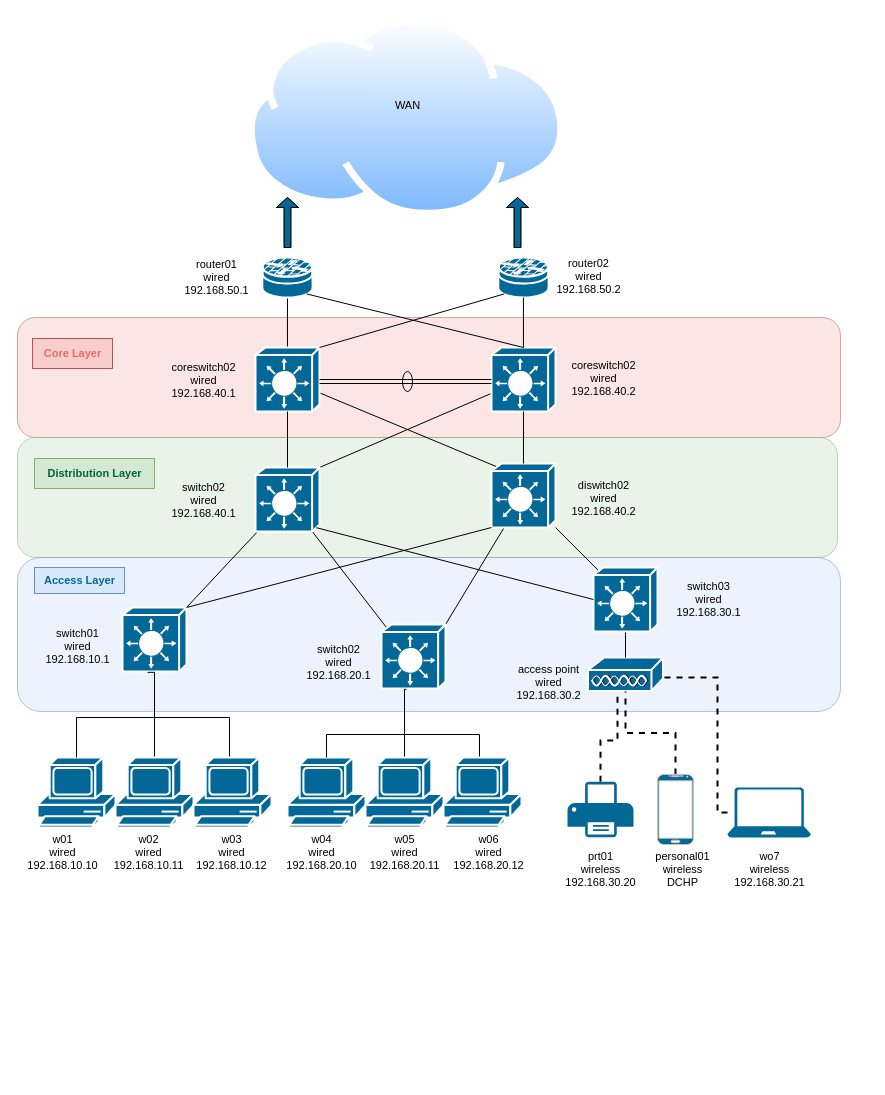
Earlier version of the draw.io diagram page "Tier3" (2 of 2) of SuperNetwork.drawio (Reaimua/Network-Architecture-Project). Source tidied: cells renumbered, new cells numbered last; positions are measured from the earlier drawing's top-left corner, leaving out a move shared by most shapes. Both pictures are drawn from the tidied source at 100%, with x=0, y=0 at pixel (17, 17).
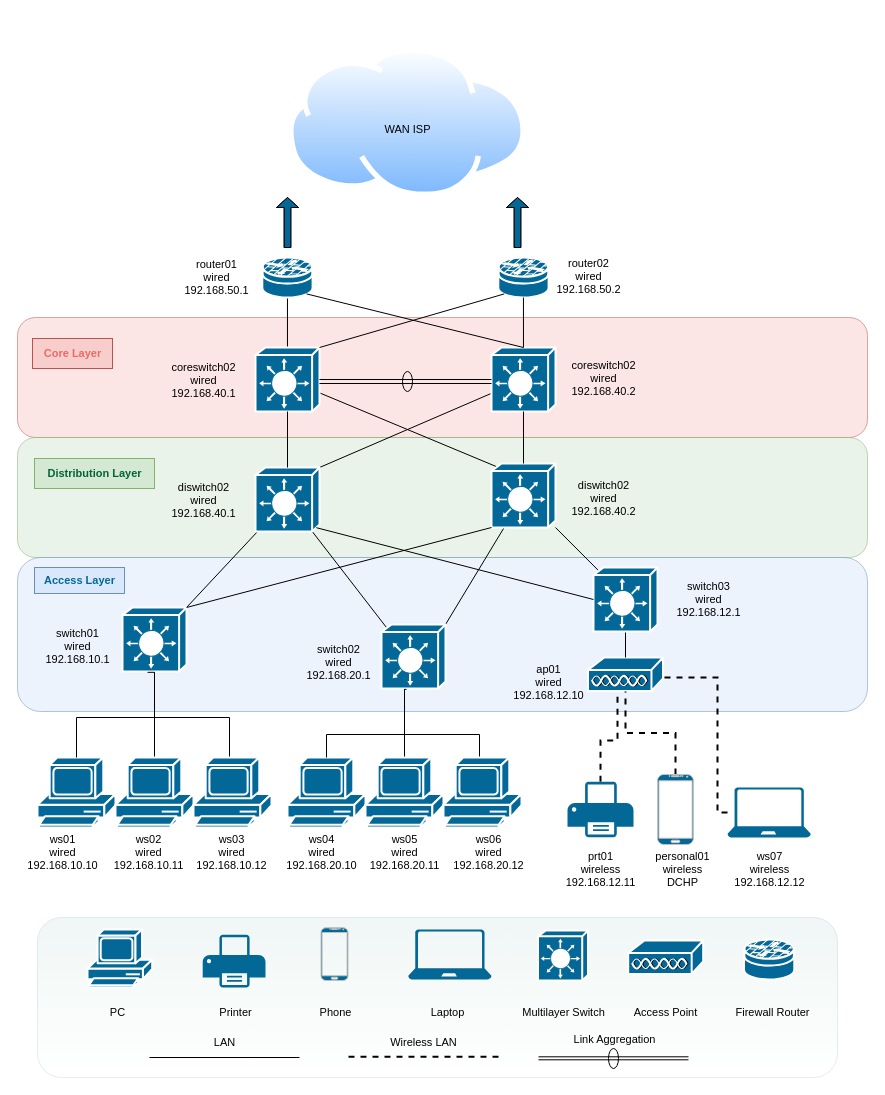
The same diagram, later.

What changed in the source:
```diff
@@
+    <mxCell id="79" style="rounded=1;whiteSpace=wrap;html=1;fontFamily=Helvetica;fontSize=11;glass=0;opacity=10;fillColor=default;strokeColor=#23445d;gradientColor=#67AB9F;gradientDirection=north;" parent="1" vertex="1">
+      <mxGeometry x="20" y="900" width="800" height="160" as="geometry" />
+    </mxCell>
     <mxCell id="2" style="rounded=1;whiteSpace=wrap;html=1;fontFamily=Helvetica;fontSize=11;fillColor=#f8cecc;strokeColor=#b85450;opacity=50;" parent="1" vertex="1">
-      <mxGeometry y="300" width="823" height="120" as="geometry" />
+      <mxGeometry y="300" width="850" height="120" as="geometry" />
     </mxCell>
     <mxCell id="3" style="rounded=1;whiteSpace=wrap;html=1;fontFamily=Helvetica;fontSize=11;fillColor=#d5e8d4;strokeColor=#82b366;opacity=50;" parent="1" vertex="1">
-      <mxGeometry y="420" width="820" height="120" as="geometry" />
+      <mxGeometry y="420" width="850" height="120" as="geometry" />
     </mxCell>
     <mxCell id="4" style="rounded=1;whiteSpace=wrap;html=1;fontFamily=Helvetica;fontSize=11;fillColor=#dae8fc;strokeColor=#6c8ebf;opacity=50;" parent="1" vertex="1">
-      <mxGeometry y="540" width="823" height="154" as="geometry" />
+      <mxGeometry y="540" width="850" height="154" as="geometry" />
     </mxCell>
     <mxCell id="5" style="image;perimeter=ellipsePerimeter;html=1;align=center;shadow=0;dashed=0;spacingTop=3;image=img/lib/active_directory/internet_cloud.svg;" parent="1" vertex="1">
-      <mxGeometry x="230.3" width="317.5" height="200" as="geometry" />
+      <mxGeometry x="270.9" y="30" width="238.1" height="150" as="geometry" />
     </mxCell>
@@
-    <mxCell id="41" value="switch03&lt;br&gt;wired&lt;br&gt;192.168.30.1" style="text;html=1;align=center;verticalAlign=middle;strokeColor=none;fillColor=none;fontSize=11;fontFamily=Helvetica;fontColor=default;" parent="1" vertex="1">
+    <mxCell id="41" value="switch03&lt;br&gt;wired&lt;br&gt;192.168.12.1" style="text;html=1;align=center;verticalAlign=middle;strokeColor=none;fillColor=none;fontSize=11;fontFamily=Helvetica;fontColor=default;" parent="1" vertex="1">
       <mxGeometry x="645.5" y="557" width="90" height="50" as="geometry" />
     </mxCell>
-    <mxCell id="42" value="w01&lt;br&gt;wired&lt;br&gt;192.168.10.10" style="text;html=1;align=center;verticalAlign=middle;strokeColor=none;fillColor=none;fontSize=11;fontFamily=Helvetica;fontColor=default;" parent="1" vertex="1">
+    <mxCell id="42" value="ws01&lt;br&gt;wired&lt;br&gt;192.168.10.10" style="text;html=1;align=center;verticalAlign=middle;strokeColor=none;fillColor=none;fontSize=11;fontFamily=Helvetica;fontColor=default;" parent="1" vertex="1">
       <mxGeometry y="810" width="90" height="50" as="geometry" />
     </mxCell>
-    <mxCell id="43" value="w02&lt;br&gt;wired&lt;br&gt;192.168.10.11" style="text;html=1;align=center;verticalAlign=middle;strokeColor=none;fillColor=none;fontSize=11;fontFamily=Helvetica;fontColor=default;" parent="1" vertex="1">
+    <mxCell id="43" value="ws02&lt;br&gt;wired&lt;br&gt;192.168.10.11" style="text;html=1;align=center;verticalAlign=middle;strokeColor=none;fillColor=none;fontSize=11;fontFamily=Helvetica;fontColor=default;" parent="1" vertex="1">
       <mxGeometry x="86" y="810" width="90" height="50" as="geometry" />
     </mxCell>
-    <mxCell id="44" value="w03&lt;br&gt;wired&lt;br&gt;192.168.10.12" style="text;html=1;align=center;verticalAlign=middle;strokeColor=none;fillColor=none;fontSize=11;fontFamily=Helvetica;fontColor=default;" parent="1" vertex="1">
+    <mxCell id="44" value="ws03&lt;br&gt;wired&lt;br&gt;192.168.10.12" style="text;html=1;align=center;verticalAlign=middle;strokeColor=none;fillColor=none;fontSize=11;fontFamily=Helvetica;fontColor=default;" parent="1" vertex="1">
       <mxGeometry x="169" y="810" width="90" height="50" as="geometry" />
     </mxCell>
-    <mxCell id="45" value="w04&lt;br&gt;wired&lt;br&gt;192.168.20.10" style="text;html=1;align=center;verticalAlign=middle;strokeColor=none;fillColor=none;fontSize=11;fontFamily=Helvetica;fontColor=default;" parent="1" vertex="1">
+    <mxCell id="45" value="ws04&lt;br&gt;wired&lt;br&gt;192.168.20.10" style="text;html=1;align=center;verticalAlign=middle;strokeColor=none;fillColor=none;fontSize=11;fontFamily=Helvetica;fontColor=default;" parent="1" vertex="1">
       <mxGeometry x="259" y="810" width="90" height="50" as="geometry" />
     </mxCell>
-    <mxCell id="46" value="w05&lt;br&gt;wired&lt;br&gt;192.168.20.11" style="text;html=1;align=center;verticalAlign=middle;strokeColor=none;fillColor=none;fontSize=11;fontFamily=Helvetica;fontColor=default;" parent="1" vertex="1">
+    <mxCell id="46" value="ws05&lt;br&gt;wired&lt;br&gt;192.168.20.11" style="text;html=1;align=center;verticalAlign=middle;strokeColor=none;fillColor=none;fontSize=11;fontFamily=Helvetica;fontColor=default;" parent="1" vertex="1">
       <mxGeometry x="342" y="810" width="90" height="50" as="geometry" />
     </mxCell>
-    <mxCell id="47" value="w06&lt;br&gt;wired&lt;br&gt;192.168.20.12" style="text;html=1;align=center;verticalAlign=middle;strokeColor=none;fillColor=none;fontSize=11;fontFamily=Helvetica;fontColor=default;" parent="1" vertex="1">
+    <mxCell id="47" value="ws06&lt;br&gt;wired&lt;br&gt;192.168.20.12" style="text;html=1;align=center;verticalAlign=middle;strokeColor=none;fillColor=none;fontSize=11;fontFamily=Helvetica;fontColor=default;" parent="1" vertex="1">
       <mxGeometry x="426" y="810" width="90" height="50" as="geometry" />
     </mxCell>
-    <mxCell id="48" value="access point&lt;br&gt;wired&lt;br&gt;192.168.30.2" style="text;html=1;align=center;verticalAlign=middle;strokeColor=none;fillColor=none;fontSize=11;fontFamily=Helvetica;fontColor=default;" parent="1" vertex="1">
+    <mxCell id="48" value="ap01&lt;br&gt;wired&lt;br&gt;192.168.12.10" style="text;html=1;align=center;verticalAlign=middle;strokeColor=none;fillColor=none;fontSize=11;fontFamily=Helvetica;fontColor=default;" parent="1" vertex="1">
       <mxGeometry x="486" y="640" width="90" height="50" as="geometry" />
     </mxCell>
-    <mxCell id="49" value="prt01&lt;br&gt;wireless&lt;br&gt;192.168.30.20" style="text;html=1;align=center;verticalAlign=middle;strokeColor=none;fillColor=none;fontSize=11;fontFamily=Helvetica;fontColor=default;" parent="1" vertex="1">
+    <mxCell id="49" value="prt01&lt;br&gt;wireless&lt;br&gt;192.168.12.11" style="text;html=1;align=center;verticalAlign=middle;strokeColor=none;fillColor=none;fontSize=11;fontFamily=Helvetica;fontColor=default;" parent="1" vertex="1">
       <mxGeometry x="538" y="827" width="90" height="50" as="geometry" />
     </mxCell>
-    <mxCell id="50" value="wo7&lt;br&gt;wireless&lt;br&gt;192.168.30.21" style="text;html=1;align=center;verticalAlign=middle;strokeColor=none;fillColor=none;fontSize=11;fontFamily=Helvetica;fontColor=default;" parent="1" vertex="1">
+    <mxCell id="50" value="ws07&lt;br&gt;wireless&lt;br&gt;192.168.12.12" style="text;html=1;align=center;verticalAlign=middle;strokeColor=none;fillColor=none;fontSize=11;fontFamily=Helvetica;fontColor=default;" parent="1" vertex="1">
       <mxGeometry x="706.7" y="827" width="90" height="50" as="geometry" />
     </mxCell>
@@
-    <mxCell id="62" value="WAN" style="text;html=1;align=center;verticalAlign=middle;strokeColor=none;fillColor=none;fontSize=11;fontFamily=Helvetica;fontColor=default;" parent="1" vertex="1">
-      <mxGeometry x="365" y="72.6" width="50" height="30" as="geometry" />
+    <mxCell id="62" value="WAN ISP" style="text;html=1;align=center;verticalAlign=middle;strokeColor=none;fillColor=none;fontSize=11;fontFamily=Helvetica;fontColor=default;" parent="1" vertex="1">
+      <mxGeometry x="355" y="97" width="70" height="30" as="geometry" />
     </mxCell>
@@
-    <mxCell id="76" value="switch02&lt;br&gt;wired&lt;br&gt;192.168.40.1" style="text;html=1;align=center;verticalAlign=middle;strokeColor=none;fillColor=none;fontSize=11;fontFamily=Helvetica;fontColor=default;" parent="1" vertex="1">
+    <mxCell id="76" value="diswitch02&lt;br&gt;wired&lt;br&gt;192.168.40.1" style="text;html=1;align=center;verticalAlign=middle;strokeColor=none;fillColor=none;fontSize=11;fontFamily=Helvetica;fontColor=default;" parent="1" vertex="1">
       <mxGeometry x="141" y="458" width="90" height="50" as="geometry" />
     </mxCell>
@@
+    <mxCell id="80" style="shape=mxgraph.cisco.computers_and_peripherals.pc;html=1;dashed=0;fillColor=#036897;strokeColor=#ffffff;strokeWidth=2;verticalLabelPosition=bottom;verticalAlign=top;align=center;" parent="1" vertex="1">
+      <mxGeometry x="70" y="911.9" width="64.7" height="58.1" as="geometry" />
+    </mxCell>
+    <mxCell id="81" style="sketch=0;shadow=0;dashed=0;html=1;strokeColor=none;fillColor=#046897;labelPosition=center;verticalLabelPosition=bottom;verticalAlign=top;align=center;shape=mxgraph.office.devices.printer;fontFamily=Helvetica;fontSize=11;fontColor=default;" parent="1" vertex="1">
+      <mxGeometry x="185.2" y="917.3" width="62.8" height="52.7" as="geometry" />
+    </mxCell>
+    <mxCell id="82" style="verticalLabelPosition=bottom;verticalAlign=top;html=1;shadow=0;dashed=0;strokeWidth=1;shape=mxgraph.android.phone2;strokeColor=#c0c0c0;fontFamily=Helvetica;fontSize=11;fontColor=default;fillColor=#046897;" parent="1" vertex="1">
+      <mxGeometry x="303.5" y="910.3" width="27" height="52.7" as="geometry" />
+    </mxCell>
+    <mxCell id="83" style="sketch=0;shadow=0;dashed=0;html=1;strokeColor=none;labelPosition=center;verticalLabelPosition=bottom;verticalAlign=top;align=center;fillColor=#046897;shape=mxgraph.azure.laptop;fontFamily=Helvetica;fontSize=11;fontColor=default;" parent="1" vertex="1">
+      <mxGeometry x="390.7" y="912" width="83.3" height="50" as="geometry" />
+    </mxCell>
+    <mxCell id="84" style="shape=mxgraph.cisco.switches.layer_3_switch;html=1;dashed=0;fillColor=#036897;strokeColor=#ffffff;strokeWidth=2;verticalLabelPosition=bottom;verticalAlign=top;align=center;fontFamily=Helvetica;fontSize=11;fontColor=default;" parent="1" vertex="1">
+      <mxGeometry x="520.5" y="913" width="50" height="50" as="geometry" />
+    </mxCell>
+    <mxCell id="85" style="shape=mxgraph.cisco.security.router_firewall;html=1;dashed=0;fillColor=#036897;strokeColor=#ffffff;strokeWidth=2;verticalLabelPosition=bottom;verticalAlign=top;align=center;fontFamily=Helvetica;fontSize=11;fontColor=default;" parent="1" vertex="1">
+      <mxGeometry x="726.5" y="922" width="50.3" height="40" as="geometry" />
+    </mxCell>
+    <mxCell id="86" style="shape=mxgraph.cisco.misc.access_point;html=1;dashed=0;fillColor=#036897;strokeColor=#ffffff;strokeWidth=2;verticalLabelPosition=bottom;verticalAlign=top;align=center;fontFamily=Helvetica;fontSize=11;fontColor=default;" parent="1" vertex="1">
+      <mxGeometry x="610.7" y="923" width="75" height="34" as="geometry" />
+    </mxCell>
+    <mxCell id="87" value="PC" style="text;html=1;align=center;verticalAlign=middle;strokeColor=none;fillColor=none;fontSize=11;fontFamily=Helvetica;fontColor=default;" parent="1" vertex="1">
+      <mxGeometry x="80" y="980" width="40" height="30" as="geometry" />
+    </mxCell>
+    <mxCell id="88" value="Printer" style="text;html=1;align=center;verticalAlign=middle;strokeColor=none;fillColor=none;fontSize=11;fontFamily=Helvetica;fontColor=default;" parent="1" vertex="1">
+      <mxGeometry x="188" y="980" width="60" height="30" as="geometry" />
+    </mxCell>
+    <mxCell id="89" value="Phone" style="text;html=1;align=center;verticalAlign=middle;strokeColor=none;fillColor=none;fontSize=11;fontFamily=Helvetica;fontColor=default;" parent="1" vertex="1">
+      <mxGeometry x="288" y="980" width="60" height="30" as="geometry" />
+    </mxCell>
+    <mxCell id="90" value="Laptop" style="text;html=1;align=center;verticalAlign=middle;strokeColor=none;fillColor=none;fontSize=11;fontFamily=Helvetica;fontColor=default;" parent="1" vertex="1">
+      <mxGeometry x="400" y="980" width="60" height="30" as="geometry" />
+    </mxCell>
+    <mxCell id="91" value="Multilayer Switch" style="text;html=1;align=center;verticalAlign=middle;strokeColor=none;fillColor=none;fontSize=11;fontFamily=Helvetica;fontColor=default;" parent="1" vertex="1">
+      <mxGeometry x="490.5" y="980" width="110" height="30" as="geometry" />
+    </mxCell>
+    <mxCell id="92" value="Access Point" style="text;html=1;align=center;verticalAlign=middle;strokeColor=none;fillColor=none;fontSize=11;fontFamily=Helvetica;fontColor=default;" parent="1" vertex="1">
+      <mxGeometry x="603.2" y="980" width="90" height="30" as="geometry" />
+    </mxCell>
+    <mxCell id="93" value="Firewall Router" style="text;html=1;align=center;verticalAlign=middle;strokeColor=none;fillColor=none;fontSize=11;fontFamily=Helvetica;fontColor=default;" parent="1" vertex="1">
+      <mxGeometry x="705" y="980" width="100" height="30" as="geometry" />
+    </mxCell>
+    <mxCell id="94" style="endArrow=none;html=1;rounded=0;labelBackgroundColor=default;strokeColor=default;align=center;verticalAlign=middle;fontFamily=Helvetica;fontSize=11;fontColor=default;shape=connector;" parent="1" edge="1">
+      <mxGeometry relative="1" as="geometry">
+        <mxPoint x="132" y="1040" as="sourcePoint" />
+        <mxPoint x="282" y="1040" as="targetPoint" />
+      </mxGeometry>
+    </mxCell>
+    <mxCell id="95" value="LAN" style="text;html=1;align=center;verticalAlign=middle;strokeColor=none;fillColor=none;fontSize=11;fontFamily=Helvetica;fontColor=default;" parent="1" vertex="1">
+      <mxGeometry x="187" y="1010" width="40" height="30" as="geometry" />
+    </mxCell>
+    <mxCell id="96" value="Wireless LAN" style="text;html=1;align=center;verticalAlign=middle;strokeColor=none;fillColor=none;fontSize=11;fontFamily=Helvetica;fontColor=default;" parent="1" vertex="1">
+      <mxGeometry x="361" y="1010" width="90" height="30" as="geometry" />
+    </mxCell>
+    <mxCell id="97" style="endArrow=none;html=1;rounded=0;labelBackgroundColor=default;strokeColor=default;align=center;verticalAlign=middle;fontFamily=Helvetica;fontSize=11;fontColor=default;shape=connector;dashed=1;strokeWidth=2;" parent="1" edge="1">
+      <mxGeometry relative="1" as="geometry">
+        <mxPoint x="331" y="1039.3" as="sourcePoint" />
+        <mxPoint x="481" y="1039.3" as="targetPoint" />
+      </mxGeometry>
+    </mxCell>
+    <mxCell id="98" value="Link Aggregation" style="text;html=1;align=center;verticalAlign=middle;strokeColor=none;fillColor=none;fontSize=11;fontFamily=Helvetica;fontColor=default;" parent="1" vertex="1">
+      <mxGeometry x="542" y="1007" width="110" height="30" as="geometry" />
+    </mxCell>
+    <mxCell id="99" style="endArrow=none;html=1;rounded=0;labelBackgroundColor=default;strokeColor=default;align=center;verticalAlign=middle;fontFamily=Helvetica;fontSize=11;fontColor=default;shape=connector;strokeWidth=1;" parent="1" edge="1">
+      <mxGeometry relative="1" as="geometry">
+        <mxPoint x="521" y="1039.3" as="sourcePoint" />
+        <mxPoint x="671" y="1039.3" as="targetPoint" />
+      </mxGeometry>
+    </mxCell>
+    <mxCell id="100" style="endArrow=none;html=1;rounded=0;labelBackgroundColor=default;strokeColor=default;align=center;verticalAlign=middle;fontFamily=Helvetica;fontSize=11;fontColor=default;shape=connector;strokeWidth=1;" parent="1" edge="1">
+      <mxGeometry relative="1" as="geometry">
+        <mxPoint x="521" y="1042.3" as="sourcePoint" />
+        <mxPoint x="671" y="1042.3" as="targetPoint" />
+      </mxGeometry>
+    </mxCell>
+    <mxCell id="101" style="shape=ellipse;html=1;dashed=0;whiteSpace=wrap;perimeter=ellipsePerimeter;fontFamily=Helvetica;fontSize=11;fontColor=default;fillColor=none;rotation=90;" parent="1" vertex="1">
+      <mxGeometry x="586" y="1036" width="20" height="10" as="geometry" />
+    </mxCell>
```
